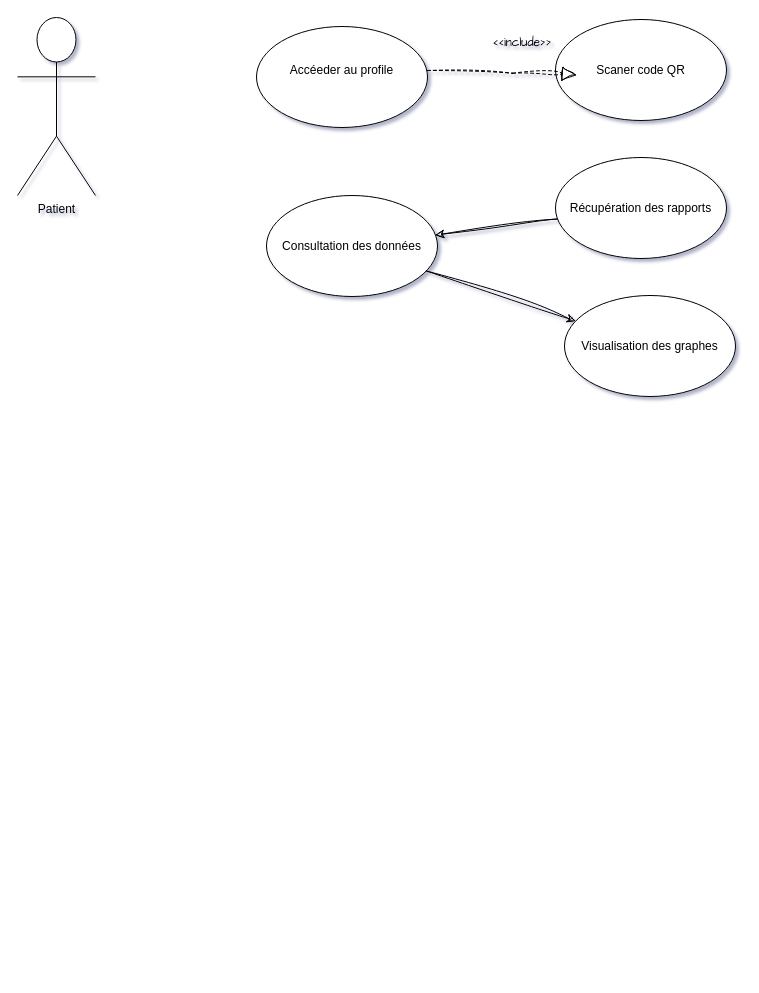
The draw.io diagram Untitled Diagram.drawio in Marwajd/DIAGRAMS, before the edit. Source tidied: cells renumbered, new cells numbered last; positions are measured from the earlier drawing's top-left corner, leaving out a move shared by most shapes. Both pictures are drawn from the tidied source at 100%, with x=0, y=0 at pixel (17, 17).
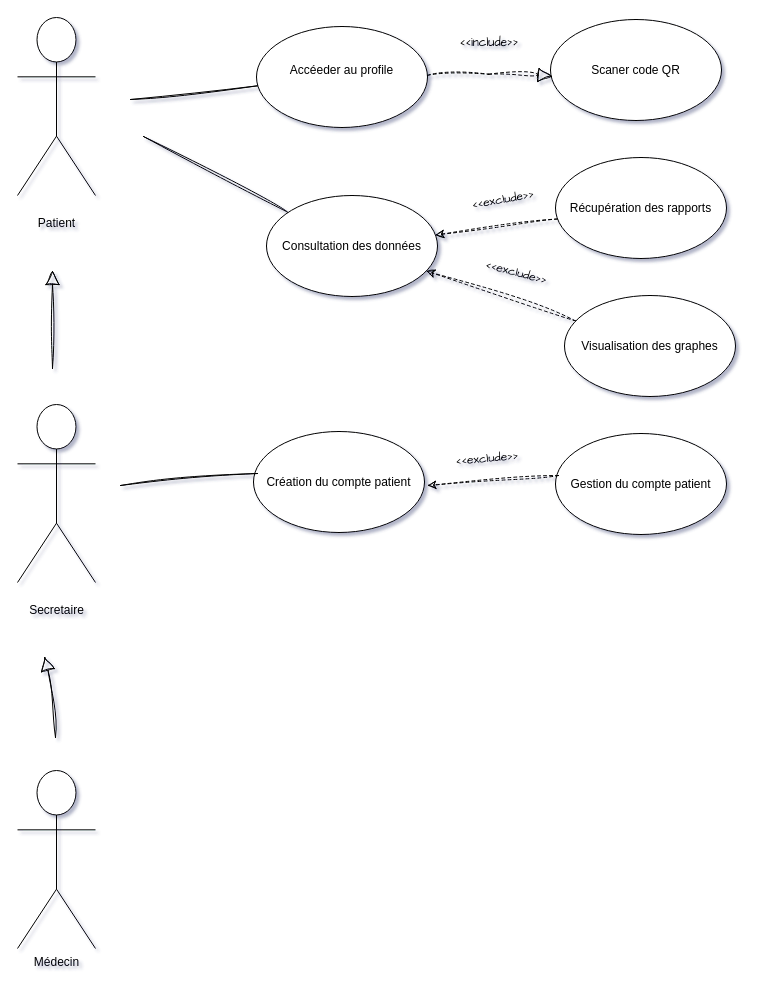
Above is the later version.

Unchanged cells that the change refers to:
```xml
<mxCell id="3" value="Accéeder au profile&lt;div&gt;&lt;br&gt;&lt;/div&gt;" style="ellipse;whiteSpace=wrap;html=1;" parent="1" vertex="1">
  <mxGeometry x="239" y="9" width="171" height="101" as="geometry" />
</mxCell>
<mxCell id="7" value="Consultation des données" style="ellipse;whiteSpace=wrap;html=1;" parent="1" vertex="1">
  <mxGeometry x="249" y="178" width="171" height="101" as="geometry" />
</mxCell>
<mxCell id="9" value="Récupération des rapports" style="ellipse;whiteSpace=wrap;html=1;" parent="1" vertex="1">
  <mxGeometry x="538" y="140" width="171" height="101" as="geometry" />
</mxCell>
<mxCell id="11" value="Visualisation des graphes" style="ellipse;whiteSpace=wrap;html=1;" parent="1" vertex="1">
  <mxGeometry x="547" y="278" width="171" height="101" as="geometry" />
</mxCell>
```

What changed in the source:
```diff
@@
+    <mxCell id="12" style="rounded=0;sketch=1;hachureGap=4;jiggle=2;curveFitting=1;jettySize=auto;html=1;fontFamily=Architects Daughter;endArrow=none;endFill=0;" parent="1" edge="1" target="3">
+      <mxGeometry relative="1" as="geometry">
+        <mxPoint x="113" y="82" as="sourcePoint" />
+      </mxGeometry>
+    </mxCell>
-    <mxCell id="2" value="&lt;div&gt;Patient&lt;/div&gt;" style="shape=umlActor;verticalLabelPosition=bottom;verticalAlign=top;html=1;" parent="1" vertex="1">
+    <mxCell id="2" value="&lt;div&gt;&lt;br&gt;&lt;/div&gt;&lt;div&gt;Patient&lt;/div&gt;" style="shape=umlActor;verticalLabelPosition=bottom;verticalAlign=top;html=1;" parent="1" vertex="1">
       <mxGeometry width="78" height="178" as="geometry" />
     </mxCell>
@@
     <mxCell id="4" value="&lt;div&gt;Scaner code QR&lt;/div&gt;" style="ellipse;whiteSpace=wrap;html=1;" parent="1" vertex="1">
-      <mxGeometry x="538" y="2" width="171" height="101" as="geometry" />
+      <mxGeometry x="533" y="2" width="171" height="101" as="geometry" />
     </mxCell>
-    <mxCell id="5" style="endArrow=block;dashed=1;endFill=0;endSize=12;html=1;rounded=0;sketch=1;hachureGap=4;jiggle=2;curveFitting=1;fontFamily=Architects Daughter;curved=1;" parent="1" edge="1">
+    <mxCell id="5" style="endArrow=block;dashed=1;endFill=0;endSize=12;html=1;rounded=0;sketch=1;hachureGap=4;jiggle=2;curveFitting=1;fontFamily=Architects Daughter;curved=1;" parent="1" edge="1" source="3">
       <mxGeometry relative="1" as="geometry">
-        <mxPoint x="410" y="53" as="sourcePoint" />
-        <mxPoint x="559" y="57.5" as="targetPoint" />
+        <mxPoint x="535" y="59" as="targetPoint" />
         <Array as="points">
-          <mxPoint x="454" y="56" />
-          <mxPoint x="536" y="55.5" />
+          <mxPoint x="430" y="57" />
+          <mxPoint x="512" y="56.5" />
         </Array>
       </mxGeometry>
     </mxCell>
     <mxCell id="6" value="&amp;lt;&amp;lt;include&amp;gt;&amp;gt;" style="text;html=1;align=center;verticalAlign=middle;whiteSpace=wrap;rounded=0;fontFamily=Architects Daughter;" parent="1" vertex="1">
-      <mxGeometry x="475" y="11" width="60" height="30" as="geometry" />
+      <mxGeometry x="442" y="11" width="60" height="30" as="geometry" />
     </mxCell>
+    <mxCell id="13" style="rounded=0;sketch=1;hachureGap=4;jiggle=2;curveFitting=1;jettySize=auto;html=1;fontFamily=Architects Daughter;endArrow=none;endFill=0;startArrow=none;startFill=0;curved=1;" parent="1" edge="1" source="7">
+      <mxGeometry relative="1" as="geometry">
+        <mxPoint x="126" y="119" as="targetPoint" />
+      </mxGeometry>
+    </mxCell>
@@
-    <mxCell id="8" style="rounded=0;sketch=1;hachureGap=4;jiggle=2;curveFitting=1;jettySize=auto;html=1;fontFamily=Architects Daughter;" parent="1" edge="1" source="9" target="7">
+    <mxCell id="8" style="rounded=0;sketch=1;hachureGap=4;jiggle=2;curveFitting=1;jettySize=auto;html=1;fontFamily=Architects Daughter;dashed=1;" parent="1" edge="1" source="9" target="7">
       <mxGeometry relative="1" as="geometry" />
     </mxCell>
@@
-    <mxCell id="10" style="rounded=0;sketch=1;hachureGap=4;jiggle=2;curveFitting=1;jettySize=auto;html=1;fontFamily=Architects Daughter;endArrow=none;endFill=0;startArrow=classic;startFill=1;" parent="1" edge="1" source="11" target="7">
+    <mxCell id="10" style="rounded=0;sketch=1;hachureGap=4;jiggle=2;curveFitting=1;jettySize=auto;html=1;fontFamily=Architects Daughter;endArrow=classic;endFill=1;startArrow=none;startFill=0;dashed=1;curved=0;" parent="1" edge="1" source="11" target="7">
       <mxGeometry relative="1" as="geometry" />
     </mxCell>
@@
+    <mxCell id="14" value="&amp;lt;&amp;lt;exclude&amp;gt;&amp;gt;" style="text;html=1;align=center;verticalAlign=middle;whiteSpace=wrap;rounded=0;fontFamily=Architects Daughter;rotation=-10;" parent="1" vertex="1">
+      <mxGeometry x="456" y="168" width="60" height="30" as="geometry" />
+    </mxCell>
+    <mxCell id="15" value="&amp;lt;&amp;lt;exclude&amp;gt;&amp;gt;" style="text;html=1;align=center;verticalAlign=middle;whiteSpace=wrap;rounded=0;fontFamily=Architects Daughter;rotation=15;" parent="1" vertex="1">
+      <mxGeometry x="469" y="241" width="60" height="30" as="geometry" />
+    </mxCell>
+    <mxCell id="16" value="&lt;div&gt;&lt;br&gt;&lt;/div&gt;Secretaire" style="shape=umlActor;verticalLabelPosition=bottom;verticalAlign=top;html=1;" parent="1" vertex="1">
+      <mxGeometry y="387" width="78" height="178" as="geometry" />
+    </mxCell>
+    <mxCell id="17" value="&lt;div&gt;Création du compte patient&lt;/div&gt;" style="ellipse;whiteSpace=wrap;html=1;" parent="1" vertex="1">
+      <mxGeometry x="236" y="414" width="171" height="101" as="geometry" />
+    </mxCell>
+    <mxCell id="18" style="endArrow=block;endFill=0;endSize=12;html=1;rounded=0;sketch=1;hachureGap=4;jiggle=2;curveFitting=1;fontFamily=Architects Daughter;" parent="1" edge="1">
+      <mxGeometry relative="1" as="geometry">
+        <mxPoint x="35" y="351" as="sourcePoint" />
+        <mxPoint x="35" y="253" as="targetPoint" />
+      </mxGeometry>
+    </mxCell>
+    <mxCell id="19" style="endArrow=block;endFill=0;endSize=12;html=1;rounded=0;sketch=1;hachureGap=4;jiggle=2;curveFitting=1;fontFamily=Architects Daughter;curved=1;" parent="1" edge="1">
+      <mxGeometry relative="1" as="geometry">
+        <mxPoint x="38" y="720" as="sourcePoint" />
+        <mxPoint x="27" y="639" as="targetPoint" />
+        <Array as="points">
+          <mxPoint x="38" y="683" />
+        </Array>
+      </mxGeometry>
+    </mxCell>
+    <mxCell id="20" value="&lt;div&gt;Gestion du compte patient&lt;/div&gt;" style="ellipse;whiteSpace=wrap;html=1;" parent="1" vertex="1">
+      <mxGeometry x="538" y="416" width="171" height="101" as="geometry" />
+    </mxCell>
+    <mxCell id="21" style="rounded=0;sketch=1;hachureGap=4;jiggle=2;curveFitting=1;jettySize=auto;html=1;fontFamily=Architects Daughter;dashed=1;exitX=0.018;exitY=0.416;exitDx=0;exitDy=0;exitPerimeter=0;" parent="1" edge="1" source="20">
+      <mxGeometry relative="1" as="geometry">
+        <mxPoint x="410" y="468" as="targetPoint" />
+      </mxGeometry>
+    </mxCell>
+    <mxCell id="22" value="&amp;lt;&amp;lt;exclude&amp;gt;&amp;gt;" style="text;html=1;align=center;verticalAlign=middle;whiteSpace=wrap;rounded=0;fontFamily=Architects Daughter;rotation=-5;" parent="1" vertex="1">
+      <mxGeometry x="440" y="427" width="60" height="30" as="geometry" />
+    </mxCell>
+    <mxCell id="23" style="rounded=0;sketch=1;hachureGap=4;jiggle=2;curveFitting=1;orthogonalLoop=1;jettySize=auto;html=1;fontFamily=Architects Daughter;endArrow=none;endFill=0;" parent="1" edge="1">
+      <mxGeometry relative="1" as="geometry">
+        <mxPoint x="103" y="468" as="sourcePoint" />
+        <mxPoint x="240" y="456" as="targetPoint" />
+      </mxGeometry>
+    </mxCell>
+    <mxCell id="24" value="Médecin&lt;div&gt;&lt;/div&gt;" style="shape=umlActor;verticalLabelPosition=bottom;verticalAlign=top;html=1;" parent="1" vertex="1">
+      <mxGeometry y="753" width="78" height="178" as="geometry" />
+    </mxCell>
```
